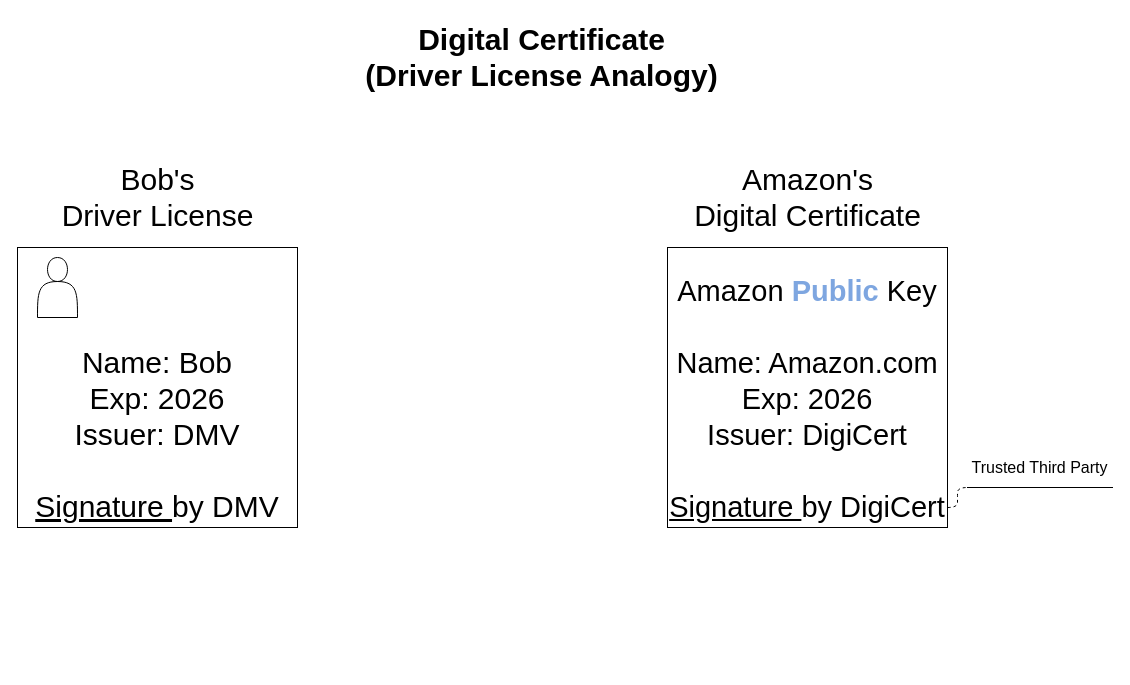
ProTapia/IST-215-Notes keeps this draw.io diagram as Binding.drawio. Above is the earlier version. Source tidied: cells renumbered, new cells numbered last; positions are measured from the earlier drawing's top-left corner, leaving out a move shared by most shapes. Both pictures are drawn from the tidied source at 100%, with x=0, y=0 at pixel (17, 17).
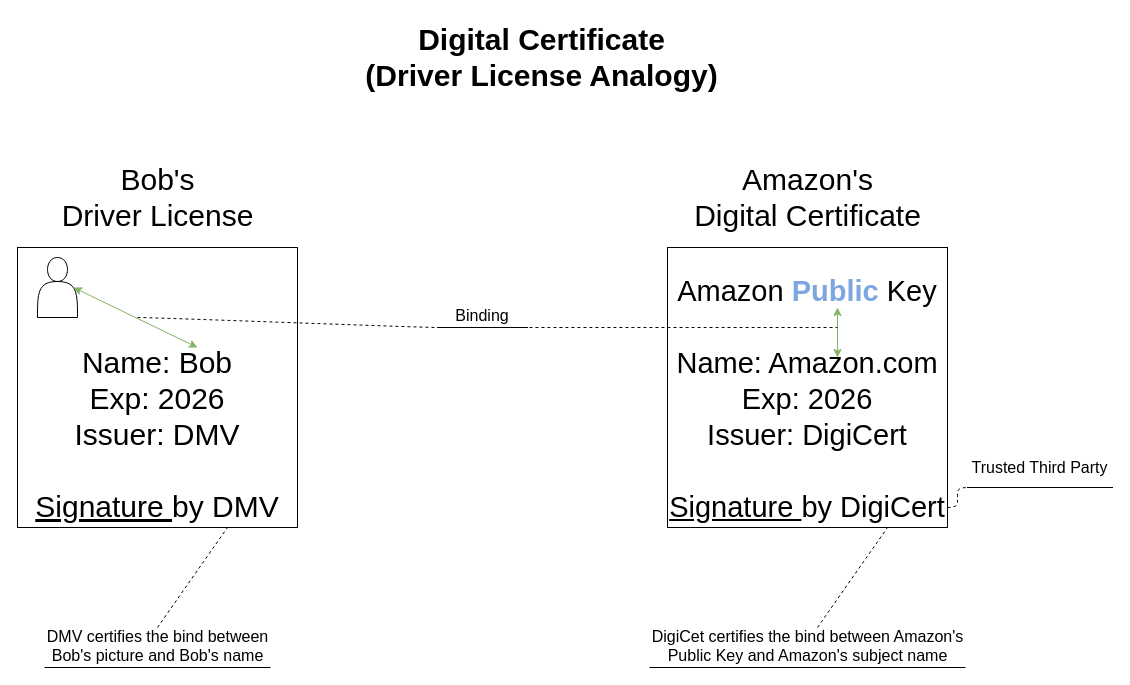
The same page after the edit.

Unchanged cells that the change refers to:
```xml
<mxCell id="3" value="Name: Bob&lt;br&gt;Exp: 2026&lt;br&gt;Issuer: DMV&lt;br&gt;&lt;br&gt;&lt;u&gt;Signature &lt;/u&gt;by DMV" style="whiteSpace=wrap;html=1;fontSize=30;verticalAlign=bottom;" parent="1" vertex="1">
  <mxGeometry y="230" width="280" height="280" as="geometry" />
</mxCell>
<mxCell id="4" style="shape=actor;whiteSpace=wrap;html=1;fontSize=30;" parent="1" vertex="1">
  <mxGeometry x="20" y="240" width="40" height="60" as="geometry" />
</mxCell>
```

The edit, as a diff of the source:
```diff
@@
+    <mxCell id="10" style="endArrow=classic;startArrow=classic;html=1;entryX=0.9;entryY=0.5;entryDx=0;entryDy=0;entryPerimeter=0;fillColor=#d5e8d4;strokeColor=#82b366;" parent="1" edge="1" target="4">
+      <mxGeometry relative="1" as="geometry">
+        <mxPoint x="180" y="330" as="sourcePoint" />
+      </mxGeometry>
+    </mxCell>
+    <mxCell id="11" style="endArrow=classic;startArrow=classic;html=1;fillColor=#d5e8d4;strokeColor=#82b366;" parent="1" edge="1">
+      <mxGeometry relative="1" as="geometry">
+        <mxPoint x="820" y="340" as="sourcePoint" />
+        <mxPoint x="820" y="290" as="targetPoint" />
+      </mxGeometry>
+    </mxCell>
+    <mxCell id="12" value="Binding" style="whiteSpace=wrap;html=1;shape=partialRectangle;top=0;left=0;bottom=1;right=0;points=[[0,1],[1,1]];strokeColor=#000000;fillColor=none;align=center;verticalAlign=bottom;routingCenterY=0.5;snapToPoint=1;fontSize=16;" parent="1" vertex="1">
+      <mxGeometry x="420" y="290" width="90" height="20" as="geometry" />
+    </mxCell>
+    <mxCell id="13" style="edgeStyle=entityRelationEdgeStyle;startArrow=none;endArrow=none;segment=10;curved=1;dashed=1;" parent="1" edge="1" target="12">
+      <mxGeometry relative="1" as="geometry">
+        <mxPoint x="120" y="300" as="sourcePoint" />
+      </mxGeometry>
+    </mxCell>
+    <mxCell id="14" style="edgeStyle=entityRelationEdgeStyle;startArrow=none;endArrow=none;segment=10;curved=1;dashed=1;" parent="1" edge="1">
+      <mxGeometry relative="1" as="geometry">
+        <mxPoint x="500" y="310" as="sourcePoint" />
+        <mxPoint x="820" y="310" as="targetPoint" />
+      </mxGeometry>
+    </mxCell>
+    <mxCell id="15" value="DMV certifies the bind between Bob's picture and Bob's name" style="whiteSpace=wrap;html=1;shape=partialRectangle;top=0;left=0;bottom=1;right=0;strokeColor=#000000;fillColor=none;align=center;verticalAlign=bottom;routingCenterY=0.5;fontSize=16;" parent="1" vertex="1">
+      <mxGeometry x="27.5" y="630" width="225" height="20" as="geometry" />
+    </mxCell>
+    <mxCell id="16" value="&lt;span style=&quot;text-align: left&quot;&gt;DigiCet certifies the bind between Amazon's Public Key and Amazon's subject name&lt;/span&gt;" style="whiteSpace=wrap;html=1;shape=partialRectangle;top=0;left=0;bottom=1;right=0;strokeColor=#000000;fillColor=none;align=center;verticalAlign=bottom;routingCenterY=0.5;fontSize=16;" parent="1" vertex="1">
+      <mxGeometry x="632.5" y="630" width="315" height="20" as="geometry" />
+    </mxCell>
+    <mxCell id="17" style="endArrow=none;dashed=1;html=1;fontSize=16;entryX=0.75;entryY=1;entryDx=0;entryDy=0;" parent="1" edge="1" target="3">
+      <mxGeometry relative="1" as="geometry">
+        <mxPoint x="140" y="610" as="sourcePoint" />
+      </mxGeometry>
+    </mxCell>
+    <mxCell id="18" style="endArrow=none;dashed=1;html=1;fontSize=16;entryX=0.75;entryY=1;entryDx=0;entryDy=0;" parent="1" edge="1">
+      <mxGeometry relative="1" as="geometry">
+        <mxPoint x="800" y="610" as="sourcePoint" />
+        <mxPoint x="870" y="510" as="targetPoint" />
+      </mxGeometry>
+    </mxCell>
```
